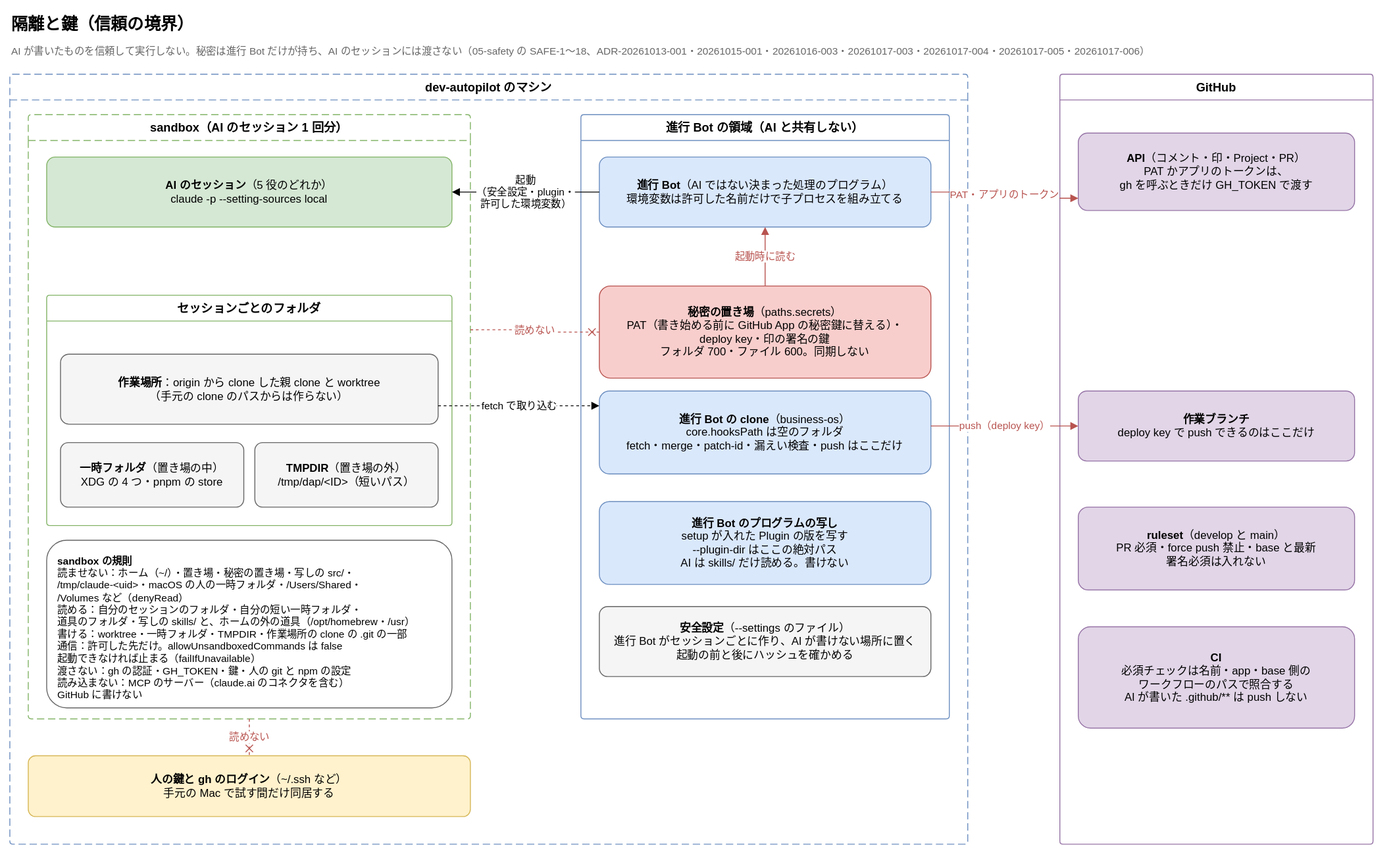
The draw.io diagram docs/requirements/diagrams/isolation-and-keys.drawio.svg in Joymerrevent/dev-autopilot, before a commit. Source tidied: cells renumbered, new cells last; positions are measured from the earlier drawing's top-left corner, leaving out a move shared by most shapes.
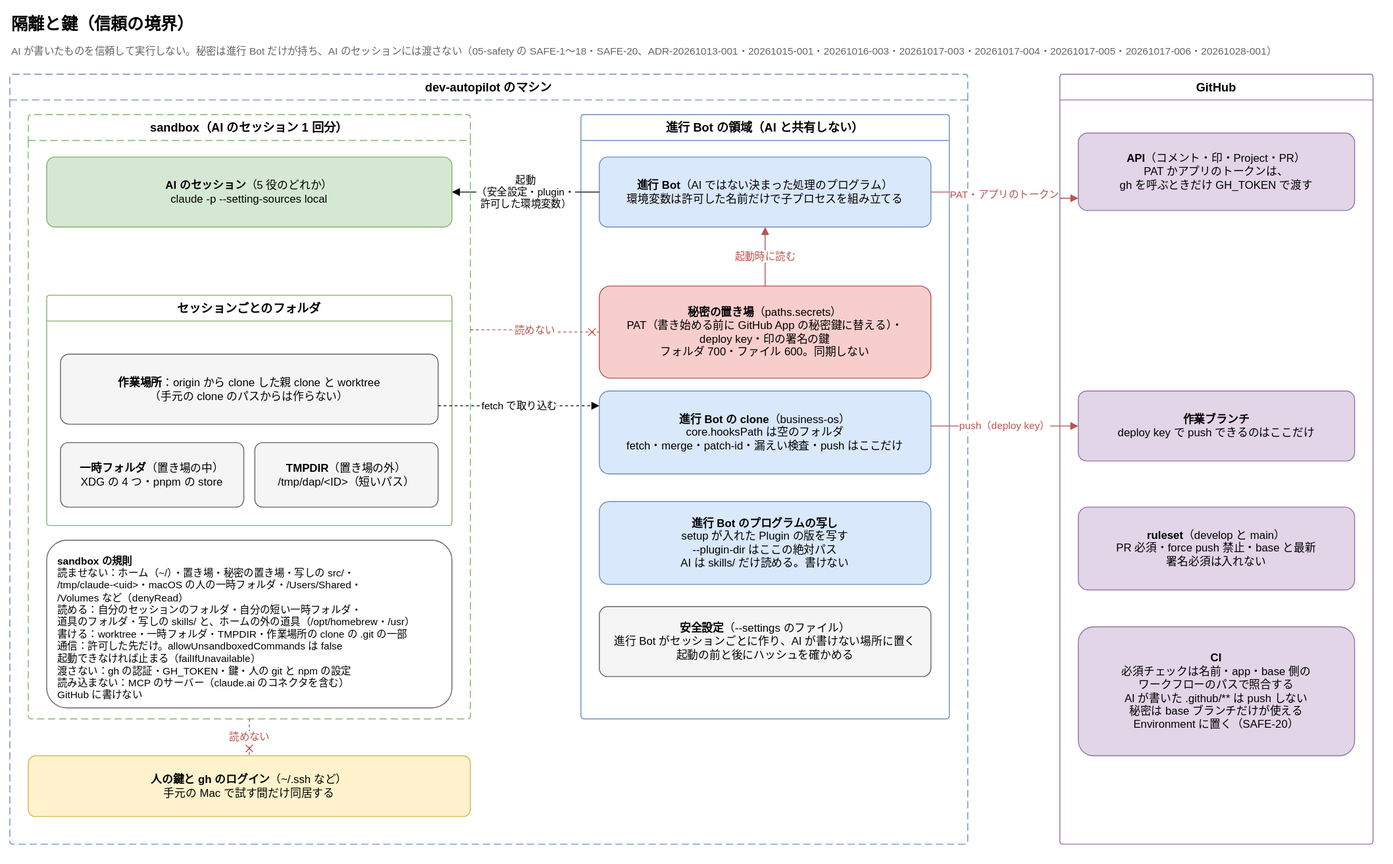
After the commit.

Commit message:
docs: 隔離と鍵の図の CI の箱に、秘密を base ブランチだけの Environment に置くことを書き添える

図の一覧の、隔離と鍵の図が写す要件に SAFE-20 を足す。

Claude-Session: https://claude.ai/code/session_01LvmXQKtqBk1ABFg8BQJo1c

The edit, as a diff of the source:
```diff
@@ -5,7 +5,7 @@
     <mxCell id="2" value="隔離と鍵（信頼の境界）" style="text;html=1;whiteSpace=wrap;align=left;verticalAlign=middle;fontSize=18;fontStyle=1;" parent="1" vertex="1">
       <mxGeometry width="900" height="32" as="geometry" />
     </mxCell>
-    <mxCell id="3" value="AI が書いたものを信頼して実行しない。秘密は進行 Bot だけが持ち、AI のセッションには渡さない（05-safety の SAFE-1〜18、ADR-20261013-001・20261015-001・20261016-003・20261017-003・20261017-004・20261017-005・20261017-006）" style="text;html=1;whiteSpace=wrap;align=left;verticalAlign=top;fontSize=11;fontColor=#666666;" parent="1" vertex="1">
+    <mxCell id="3" value="AI が書いたものを信頼して実行しない。秘密は進行 Bot だけが持ち、AI のセッションには渡さない（05-safety の SAFE-1〜18・SAFE-20、ADR-20261013-001・20261015-001・20261016-003・20261017-003・20261017-004・20261017-005・20261017-006・20261028-001）" style="text;html=1;whiteSpace=wrap;align=left;verticalAlign=top;fontSize=11;fontColor=#666666;" parent="1" vertex="1">
       <mxGeometry y="32" width="1480" height="22" as="geometry" />
     </mxCell>
     <mxCell id="4" value="dev-autopilot のマシン" style="swimlane;startSize=28;html=1;whiteSpace=wrap;rounded=1;arcSize=4;dashed=1;dashPattern=8 4;fontStyle=1;fontSize=13;strokeColor=#6c8ebf;fillColor=none;swimlaneFillColor=none;" parent="1" vertex="1">
@@ -65,8 +65,8 @@
     <mxCell id="22" value="&lt;b&gt;ruleset&lt;/b&gt;（develop と main）&lt;br&gt;PR 必須・force push 禁止・base と最新&lt;br&gt;署名必須は入れない" style="rounded=1;whiteSpace=wrap;html=1;fontSize=12;arcSize=12;fillColor=#e1d5e7;strokeColor=#9673a6;spacing=12;" parent="19" vertex="1">
       <mxGeometry x="20" y="470" width="300" height="90" as="geometry" />
     </mxCell>
-    <mxCell id="23" value="&lt;b&gt;CI&lt;/b&gt;&lt;br&gt;必須チェックは名前・app・base 側の&lt;br&gt;ワークフローのパスで照合する&lt;br&gt;AI が書いた .github/** は push しない" style="rounded=1;whiteSpace=wrap;html=1;fontSize=12;arcSize=12;fillColor=#e1d5e7;strokeColor=#9673a6;spacing=12;" parent="19" vertex="1">
-      <mxGeometry x="20" y="600" width="300" height="110" as="geometry" />
+    <mxCell id="23" value="&lt;b&gt;CI&lt;/b&gt;&lt;br&gt;必須チェックは名前・app・base 側の&lt;br&gt;ワークフローのパスで照合する&lt;br&gt;AI が書いた .github/** は push しない&lt;br&gt;秘密は base ブランチだけが使える&lt;br&gt;Environment に置く（SAFE-20）" style="rounded=1;whiteSpace=wrap;html=1;fontSize=12;arcSize=12;fillColor=#e1d5e7;strokeColor=#9673a6;spacing=12;" parent="19" vertex="1">
+      <mxGeometry x="20" y="600" width="300" height="140" as="geometry" />
     </mxCell>
     <mxCell id="24" value="起動時に読む" style="edgeStyle=orthogonalEdgeStyle;rounded=1;html=1;endArrow=block;endFill=1;fontSize=11;labelBackgroundColor=#ffffff;strokeColor=#b85450;fontColor=#b85450;exitX=0.5;exitY=0;exitDx=0;exitDy=0;entryX=0.5;entryY=1;entryDx=0;entryDy=0;" parent="1" edge="1" source="14" target="13">
       <mxGeometry relative="1" as="geometry" />
```
